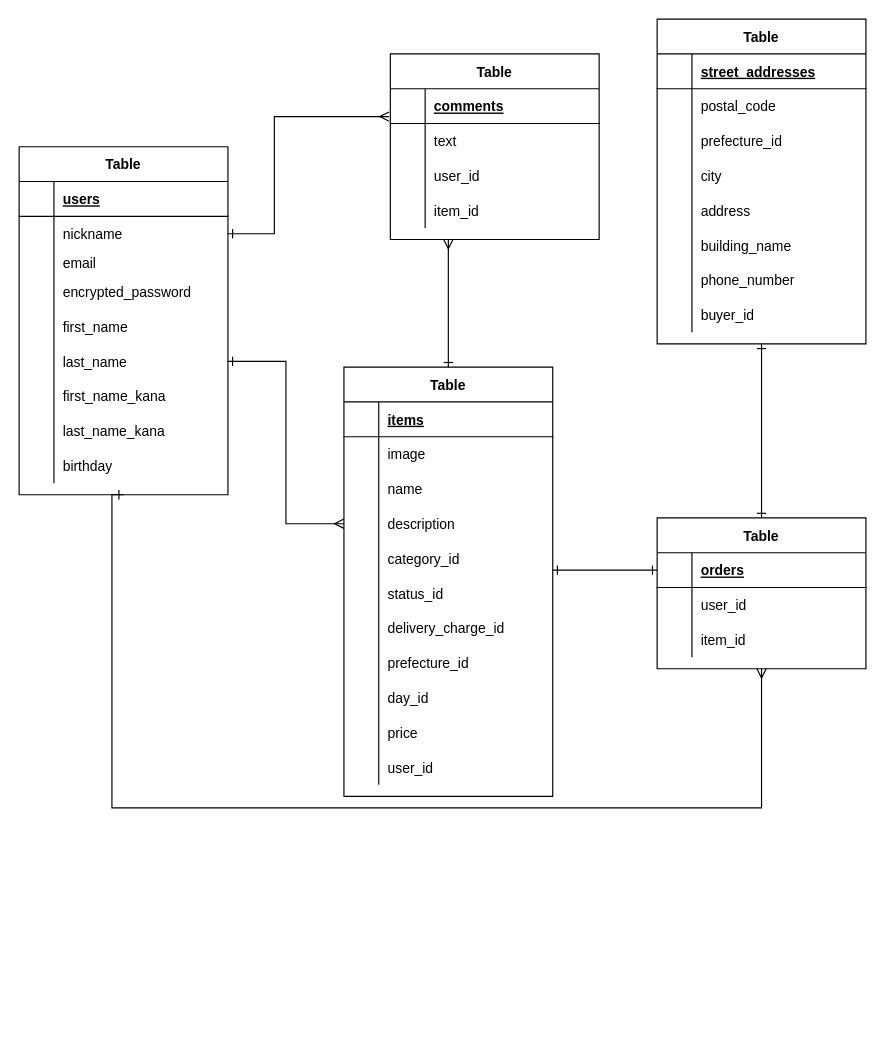
Earlier version of the draw.io diagram furima.dio (HamazakiHisanori/furima-35157). Source tidied: cells renumbered, new cells numbered last; positions are measured from the earlier drawing's top-left corner, leaving out a move shared by most shapes. Both pictures are drawn from the tidied source at 116%, with x=0, y=0 at pixel (19, 19).
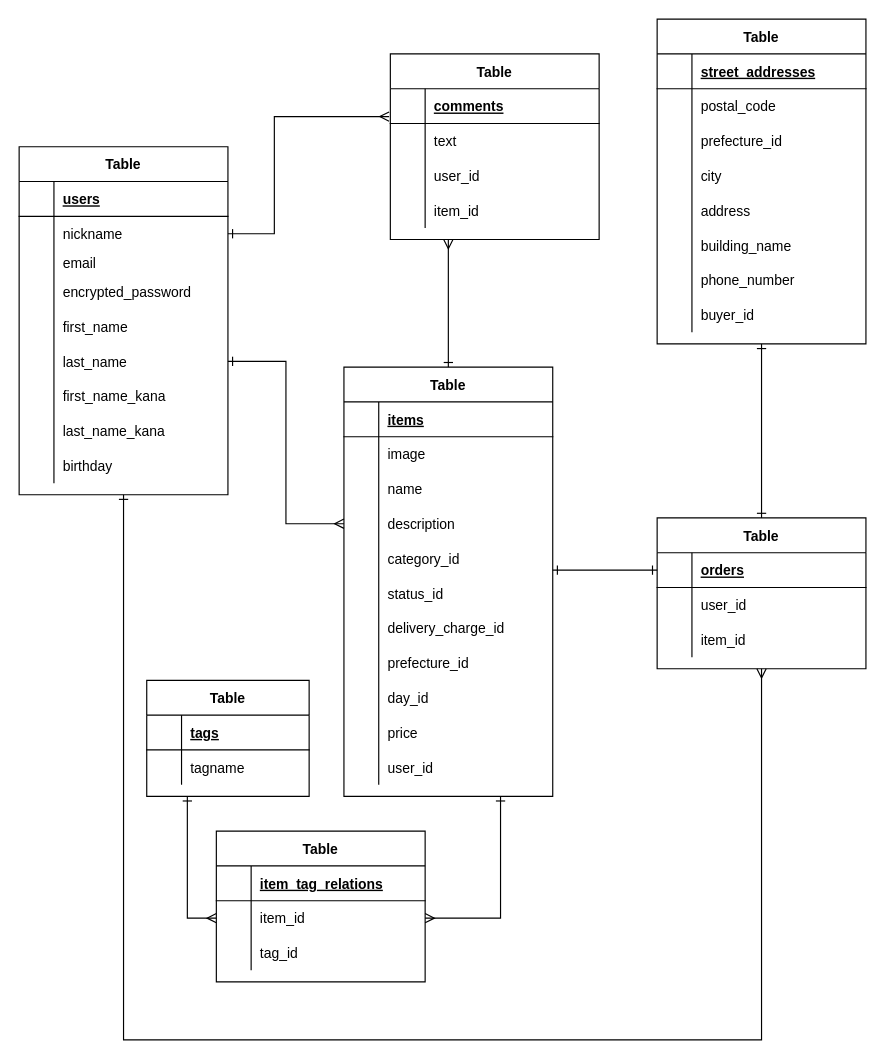
Above is the later version.

The change refers to these unchanged cells:
```xml
<mxCell id="3" value="Table" style="shape=table;startSize=30;childLayout=tableLayout;rowLines=0;fontStyle=1;align=center;" parent="1" vertex="1">
  <mxGeometry y="110" width="180" height="300" as="geometry" />
</mxCell>
<mxCell id="32" value="Table" style="shape=table;startSize=30;childLayout=tableLayout;rowLines=0;fontStyle=1;align=center;" parent="1" vertex="1">
  <mxGeometry x="550" y="430" width="180" height="130" as="geometry" />
</mxCell>
<mxCell id="57" value="Table" style="shape=table;startSize=30;childLayout=tableLayout;rowLines=0;fontStyle=1;align=center;" parent="1" vertex="1">
  <mxGeometry x="280" y="300" width="180" height="370" as="geometry" />
</mxCell>
```

The edit, as a diff of the source:
```diff
@@
     <mxCell id="2" style="edgeStyle=orthogonalEdgeStyle;rounded=0;jettySize=auto;html=1;exitX=0.5;exitY=1;exitDx=0;exitDy=0;startArrow=ERone;startFill=0;endArrow=ERmany;endFill=0;entryX=0.5;entryY=1;entryDx=0;entryDy=0;" parent="1" edge="1" source="3" target="32">
       <mxGeometry relative="1" as="geometry">
         <Array as="points">
-          <mxPoint x="80" y="410" />
-          <mxPoint x="80" y="680" />
-          <mxPoint x="640" y="680" />
+          <mxPoint x="90" y="880" />
+          <mxPoint x="640" y="880" />
         </Array>
       </mxGeometry>
     </mxCell>
@@
+    <mxCell id="119" style="edgeStyle=orthogonalEdgeStyle;rounded=0;jettySize=auto;html=1;exitX=0.75;exitY=1;exitDx=0;exitDy=0;entryX=1;entryY=0.5;entryDx=0;entryDy=0;startArrow=ERone;startFill=0;endArrow=ERmany;endFill=0;" parent="1" edge="1" source="57" target="132">
+      <mxGeometry relative="1" as="geometry" />
+    </mxCell>
@@
+    <mxCell id="120" style="edgeStyle=orthogonalEdgeStyle;rounded=0;jettySize=auto;html=1;exitX=0.25;exitY=1;exitDx=0;exitDy=0;entryX=0;entryY=0.5;entryDx=0;entryDy=0;startArrow=ERone;startFill=0;endArrow=ERmany;endFill=0;" parent="1" edge="1" source="121" target="132">
+      <mxGeometry relative="1" as="geometry" />
+    </mxCell>
+    <mxCell id="121" value="Table" style="shape=table;startSize=30;childLayout=tableLayout;rowLines=0;fontStyle=1;align=center;" parent="1" vertex="1">
+      <mxGeometry x="110" y="570" width="140" height="100" as="geometry" />
+    </mxCell>
+    <mxCell id="122" style="shape=partialRectangle;fillColor=none;top=0;left=0;bottom=1;right=0;" parent="121" vertex="1">
+      <mxGeometry y="30" width="140" height="30" as="geometry" />
+    </mxCell>
+    <mxCell id="123" style="shape=partialRectangle;fillColor=none;top=0;left=0;bottom=0;right=0;fontStyle=1;overflow=hidden;" parent="122" vertex="1">
+      <mxGeometry width="30" height="30" as="geometry" />
+    </mxCell>
+    <mxCell id="124" value="tags" style="shape=partialRectangle;fillColor=none;top=0;left=0;bottom=0;right=0;align=left;spacingLeft=6;fontStyle=5;overflow=hidden;" parent="122" vertex="1">
+      <mxGeometry x="30" width="110" height="30" as="geometry" />
+    </mxCell>
+    <mxCell id="125" style="shape=partialRectangle;fillColor=none;top=0;left=0;bottom=0;right=0;" parent="121" vertex="1">
+      <mxGeometry y="60" width="140" height="30" as="geometry" />
+    </mxCell>
+    <mxCell id="126" style="shape=partialRectangle;fillColor=none;top=0;left=0;bottom=0;right=0;overflow=hidden;" parent="125" vertex="1">
+      <mxGeometry width="30" height="30" as="geometry" />
+    </mxCell>
+    <mxCell id="127" value="tagname" style="shape=partialRectangle;fillColor=none;top=0;left=0;bottom=0;right=0;align=left;spacingLeft=6;overflow=hidden;" parent="125" vertex="1">
+      <mxGeometry x="30" width="110" height="30" as="geometry" />
+    </mxCell>
+    <mxCell id="128" value="Table" style="shape=table;startSize=30;childLayout=tableLayout;rowLines=0;fontStyle=1;align=center;" parent="1" vertex="1">
+      <mxGeometry x="170" y="700" width="180" height="130" as="geometry" />
+    </mxCell>
+    <mxCell id="129" style="shape=partialRectangle;fillColor=none;top=0;left=0;bottom=1;right=0;" parent="128" vertex="1">
+      <mxGeometry y="30" width="180" height="30" as="geometry" />
+    </mxCell>
+    <mxCell id="130" style="shape=partialRectangle;fillColor=none;top=0;left=0;bottom=0;right=0;fontStyle=1;overflow=hidden;" parent="129" vertex="1">
+      <mxGeometry width="30" height="30" as="geometry" />
+    </mxCell>
+    <mxCell id="131" value="item_tag_relations" style="shape=partialRectangle;fillColor=none;top=0;left=0;bottom=0;right=0;align=left;spacingLeft=6;fontStyle=5;overflow=hidden;" parent="129" vertex="1">
+      <mxGeometry x="30" width="150" height="30" as="geometry" />
+    </mxCell>
+    <mxCell id="132" style="shape=partialRectangle;fillColor=none;top=0;left=0;bottom=0;right=0;points=[[0,0.5],[1,0.5]];portConstraint=eastwest;" parent="128" vertex="1">
+      <mxGeometry y="60" width="180" height="30" as="geometry" />
+    </mxCell>
+    <mxCell id="133" style="shape=partialRectangle;fillColor=none;top=0;left=0;bottom=0;right=0;overflow=hidden;" parent="132" vertex="1">
+      <mxGeometry width="30" height="30" as="geometry" />
+    </mxCell>
+    <mxCell id="134" value="item_id" style="shape=partialRectangle;fillColor=none;top=0;left=0;bottom=0;right=0;align=left;spacingLeft=6;overflow=hidden;" parent="132" vertex="1">
+      <mxGeometry x="30" width="150" height="30" as="geometry" />
+    </mxCell>
+    <mxCell id="135" style="shape=partialRectangle;fillColor=none;top=0;left=0;bottom=0;right=0;" parent="128" vertex="1">
+      <mxGeometry y="90" width="180" height="30" as="geometry" />
+    </mxCell>
+    <mxCell id="136" style="shape=partialRectangle;fillColor=none;top=0;left=0;bottom=0;right=0;overflow=hidden;" parent="135" vertex="1">
+      <mxGeometry width="30" height="30" as="geometry" />
+    </mxCell>
+    <mxCell id="137" value="tag_id" style="shape=partialRectangle;fillColor=none;top=0;left=0;bottom=0;right=0;align=left;spacingLeft=6;overflow=hidden;" parent="135" vertex="1">
+      <mxGeometry x="30" width="150" height="30" as="geometry" />
+    </mxCell>
```
